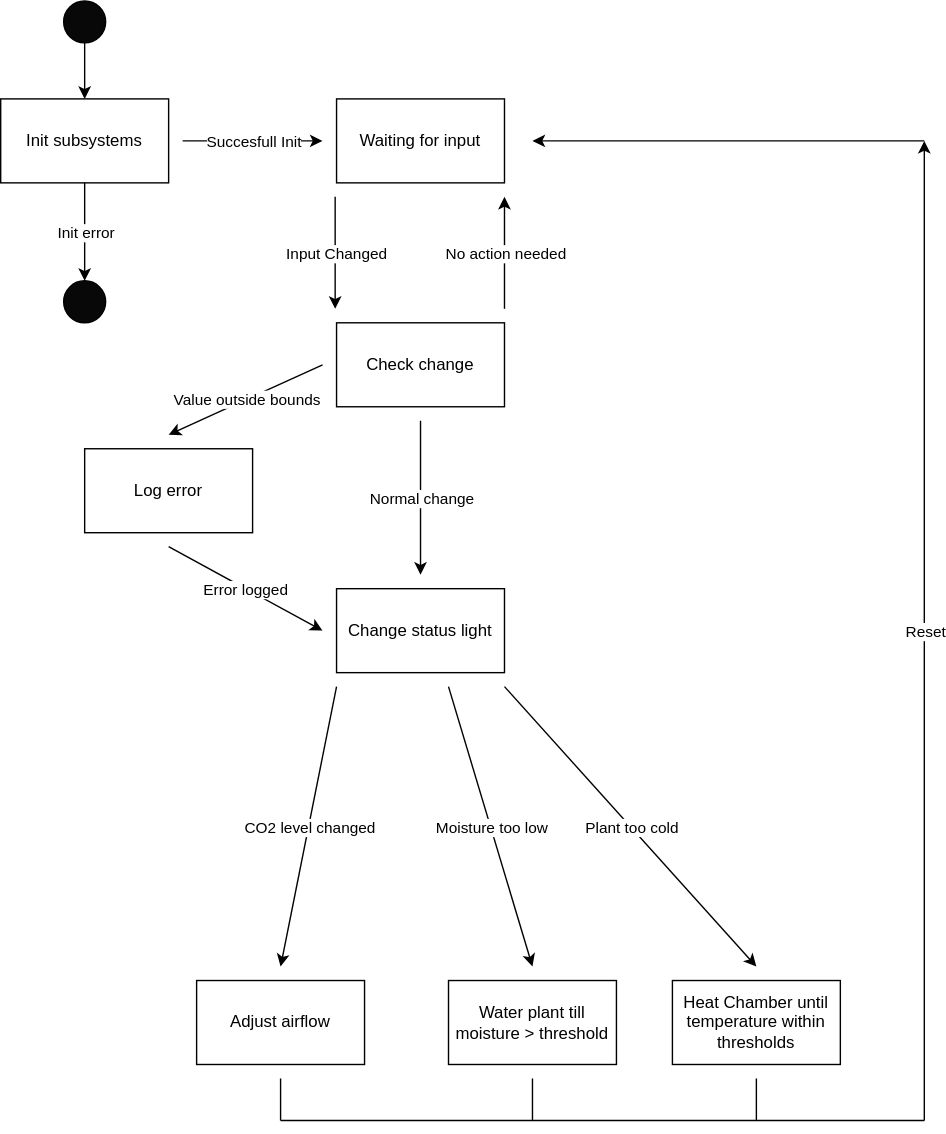
Earlier version of the draw.io export images/State diagram.svg (AcidWizard/ISE_P2_PROJ). Source tidied: cells renumbered, new cells last; positions are measured from the earlier drawing's top-left corner, leaving out a move shared by most shapes. Source of this version:
```xml
<mxGraphModel>
  <root>
    <mxCell id="0" />
    <mxCell id="1" parent="0" />
    <mxCell id="2" value="Waiting for input" style="rounded=0;whiteSpace=wrap;html=1;" parent="1" vertex="1">
      <mxGeometry x="240" y="70" width="120" height="60" as="geometry" />
    </mxCell>
    <mxCell id="3" value="Water plant till moisture &amp;gt; threshold" style="rounded=0;whiteSpace=wrap;html=1;" parent="1" vertex="1">
      <mxGeometry x="320" y="700" width="120" height="60" as="geometry" />
    </mxCell>
    <mxCell id="4" value="Heat Chamber until temperature within thresholds" style="rounded=0;whiteSpace=wrap;html=1;" parent="1" vertex="1">
      <mxGeometry x="480" y="700" width="120" height="60" as="geometry" />
    </mxCell>
    <mxCell id="5" value="Adjust airflow" style="rounded=0;whiteSpace=wrap;html=1;" parent="1" vertex="1">
      <mxGeometry x="140" y="700" width="120" height="60" as="geometry" />
    </mxCell>
    <mxCell id="6" style="endArrow=classic;html=1;rounded=0;" parent="1" edge="1">
      <mxGeometry relative="1" as="geometry">
        <mxPoint x="240" y="490" as="sourcePoint" />
        <mxPoint x="200" y="690" as="targetPoint" />
      </mxGeometry>
    </mxCell>
    <mxCell id="7" value="CO2 level changed" style="edgeLabel;html=1;align=center;verticalAlign=middle;" parent="6" vertex="1">
      <mxGeometry relative="1" as="geometry" />
    </mxCell>
    <mxCell id="8" style="endArrow=classic;html=1;rounded=0;" parent="1" edge="1">
      <mxGeometry relative="1" as="geometry">
        <mxPoint x="320" y="490" as="sourcePoint" />
        <mxPoint x="380" y="690" as="targetPoint" />
      </mxGeometry>
    </mxCell>
    <mxCell id="9" value="Moisture too low" style="edgeLabel;html=1;align=center;verticalAlign=middle;" parent="8" vertex="1">
      <mxGeometry relative="1" as="geometry" />
    </mxCell>
    <mxCell id="10" style="endArrow=classic;html=1;rounded=0;" parent="1" edge="1">
      <mxGeometry relative="1" as="geometry">
        <mxPoint x="360" y="490" as="sourcePoint" />
        <mxPoint x="540" y="690" as="targetPoint" />
      </mxGeometry>
    </mxCell>
    <mxCell id="11" value="Plant too cold" style="edgeLabel;html=1;align=center;verticalAlign=middle;" parent="10" vertex="1">
      <mxGeometry relative="1" as="geometry" />
    </mxCell>
    <mxCell id="12" style="endArrow=none;html=1;rounded=0;" parent="1" edge="1">
      <mxGeometry relative="1" as="geometry">
        <mxPoint x="200" y="800" as="sourcePoint" />
        <mxPoint x="660" y="800" as="targetPoint" />
      </mxGeometry>
    </mxCell>
    <mxCell id="13" style="endArrow=classic;html=1;rounded=0;" parent="1" edge="1">
      <mxGeometry relative="1" as="geometry">
        <mxPoint x="660" y="100" as="sourcePoint" />
        <mxPoint x="380" y="100" as="targetPoint" />
      </mxGeometry>
    </mxCell>
    <mxCell id="14" style="endArrow=none;html=1;rounded=0;" parent="1" edge="1">
      <mxGeometry relative="1" as="geometry">
        <mxPoint x="200" y="770" as="sourcePoint" />
        <mxPoint x="200" y="800" as="targetPoint" />
      </mxGeometry>
    </mxCell>
    <mxCell id="15" style="endArrow=none;html=1;rounded=0;" parent="1" edge="1">
      <mxGeometry relative="1" as="geometry">
        <mxPoint x="380" y="770" as="sourcePoint" />
        <mxPoint x="380" y="800" as="targetPoint" />
      </mxGeometry>
    </mxCell>
    <mxCell id="16" style="endArrow=none;html=1;rounded=0;" parent="1" edge="1">
      <mxGeometry relative="1" as="geometry">
        <mxPoint x="540" y="770" as="sourcePoint" />
        <mxPoint x="540" y="800" as="targetPoint" />
      </mxGeometry>
    </mxCell>
    <mxCell id="17" value="Change status light" style="rounded=0;whiteSpace=wrap;html=1;" parent="1" vertex="1">
      <mxGeometry x="240" y="420" width="120" height="60" as="geometry" />
    </mxCell>
    <mxCell id="18" value="Check change" style="rounded=0;whiteSpace=wrap;html=1;" parent="1" vertex="1">
      <mxGeometry x="240" y="230" width="120" height="60" as="geometry" />
    </mxCell>
    <mxCell id="19" style="endArrow=classic;html=1;rounded=0;" parent="1" edge="1">
      <mxGeometry relative="1" as="geometry">
        <mxPoint x="239" y="140" as="sourcePoint" />
        <mxPoint x="239" y="220" as="targetPoint" />
      </mxGeometry>
    </mxCell>
    <mxCell id="20" value="Input Changed" style="edgeLabel;html=1;align=center;verticalAlign=middle;" parent="19" vertex="1">
      <mxGeometry relative="1" as="geometry" />
    </mxCell>
    <mxCell id="21" style="endArrow=classic;html=1;rounded=0;" parent="1" edge="1">
      <mxGeometry relative="1" as="geometry">
        <mxPoint x="300" y="300" as="sourcePoint" />
        <mxPoint x="300" y="410" as="targetPoint" />
      </mxGeometry>
    </mxCell>
    <mxCell id="22" value="Normal change" style="edgeLabel;html=1;align=center;verticalAlign=middle;" parent="21" vertex="1">
      <mxGeometry relative="1" as="geometry" />
    </mxCell>
    <mxCell id="23" style="endArrow=classic;html=1;rounded=0;" parent="1" edge="1">
      <mxGeometry relative="1" as="geometry">
        <mxPoint x="360" y="220" as="sourcePoint" />
        <mxPoint x="360" y="140" as="targetPoint" />
      </mxGeometry>
    </mxCell>
    <mxCell id="24" value="No action needed" style="edgeLabel;html=1;align=center;verticalAlign=middle;" parent="23" vertex="1">
      <mxGeometry relative="1" as="geometry" />
    </mxCell>
    <mxCell id="25" style="endArrow=classic;html=1;rounded=0;" parent="1" edge="1">
      <mxGeometry relative="1" as="geometry">
        <mxPoint x="230" y="260" as="sourcePoint" />
        <mxPoint x="120" y="310" as="targetPoint" />
      </mxGeometry>
    </mxCell>
    <mxCell id="26" value="Value outside bounds" style="edgeLabel;html=1;align=center;verticalAlign=middle;" parent="25" vertex="1">
      <mxGeometry relative="1" as="geometry" />
    </mxCell>
    <mxCell id="27" value="Log error" style="rounded=0;whiteSpace=wrap;html=1;" parent="1" vertex="1">
      <mxGeometry x="60" y="320" width="120" height="60" as="geometry" />
    </mxCell>
    <mxCell id="28" style="endArrow=classic;html=1;rounded=0;" parent="1" edge="1">
      <mxGeometry relative="1" as="geometry">
        <mxPoint x="120" y="390" as="sourcePoint" />
        <mxPoint x="230" y="450" as="targetPoint" />
      </mxGeometry>
    </mxCell>
    <mxCell id="29" value="Error logged" style="edgeLabel;html=1;align=center;verticalAlign=middle;" parent="28" vertex="1">
      <mxGeometry relative="1" as="geometry" />
    </mxCell>
    <mxCell id="30" style="ellipse;whiteSpace=wrap;html=1;fillColor=#080808;" parent="1" vertex="1">
      <mxGeometry x="45" width="30" height="30" as="geometry" />
    </mxCell>
    <mxCell id="31" style="endArrow=classic;html=1;rounded=0;entryX=0.5;entryY=0;entryDx=0;entryDy=0;" parent="1" edge="1" target="34">
      <mxGeometry relative="1" as="geometry">
        <mxPoint x="60" y="30" as="sourcePoint" />
      </mxGeometry>
    </mxCell>
    <mxCell id="32" style="endArrow=classic;html=1;rounded=0;" parent="1" edge="1">
      <mxGeometry relative="1" as="geometry">
        <mxPoint x="660" y="800" as="sourcePoint" />
        <mxPoint x="660" y="100" as="targetPoint" />
      </mxGeometry>
    </mxCell>
    <mxCell id="33" value="Reset" style="edgeLabel;html=1;align=center;verticalAlign=middle;fillColor=#080808;" parent="32" vertex="1">
      <mxGeometry relative="1" as="geometry" />
    </mxCell>
    <mxCell id="34" value="Init subsystems" style="rounded=0;whiteSpace=wrap;html=1;" parent="1" vertex="1">
      <mxGeometry y="70" width="120" height="60" as="geometry" />
    </mxCell>
    <mxCell id="35" style="endArrow=classic;html=1;rounded=0;" parent="1" edge="1">
      <mxGeometry relative="1" as="geometry">
        <mxPoint x="130" y="100" as="sourcePoint" />
        <mxPoint x="230" y="100" as="targetPoint" />
      </mxGeometry>
    </mxCell>
    <mxCell id="36" value="Succesfull Init" style="edgeLabel;html=1;align=center;verticalAlign=middle;" parent="35" vertex="1">
      <mxGeometry relative="1" as="geometry" />
    </mxCell>
    <mxCell id="37" style="endArrow=classic;html=1;rounded=0;exitX=0.5;exitY=1;exitDx=0;exitDy=0;" parent="1" edge="1" source="34">
      <mxGeometry relative="1" as="geometry">
        <mxPoint x="60" y="200" as="targetPoint" />
      </mxGeometry>
    </mxCell>
    <mxCell id="38" value="Init error" style="edgeLabel;html=1;align=center;verticalAlign=middle;" parent="37" vertex="1">
      <mxGeometry relative="1" as="geometry" />
    </mxCell>
    <mxCell id="39" style="ellipse;whiteSpace=wrap;html=1;fillColor=#080808;" parent="1" vertex="1">
      <mxGeometry x="45" y="200" width="30" height="30" as="geometry" />
    </mxCell>
  </root>
</mxGraphModel>
```
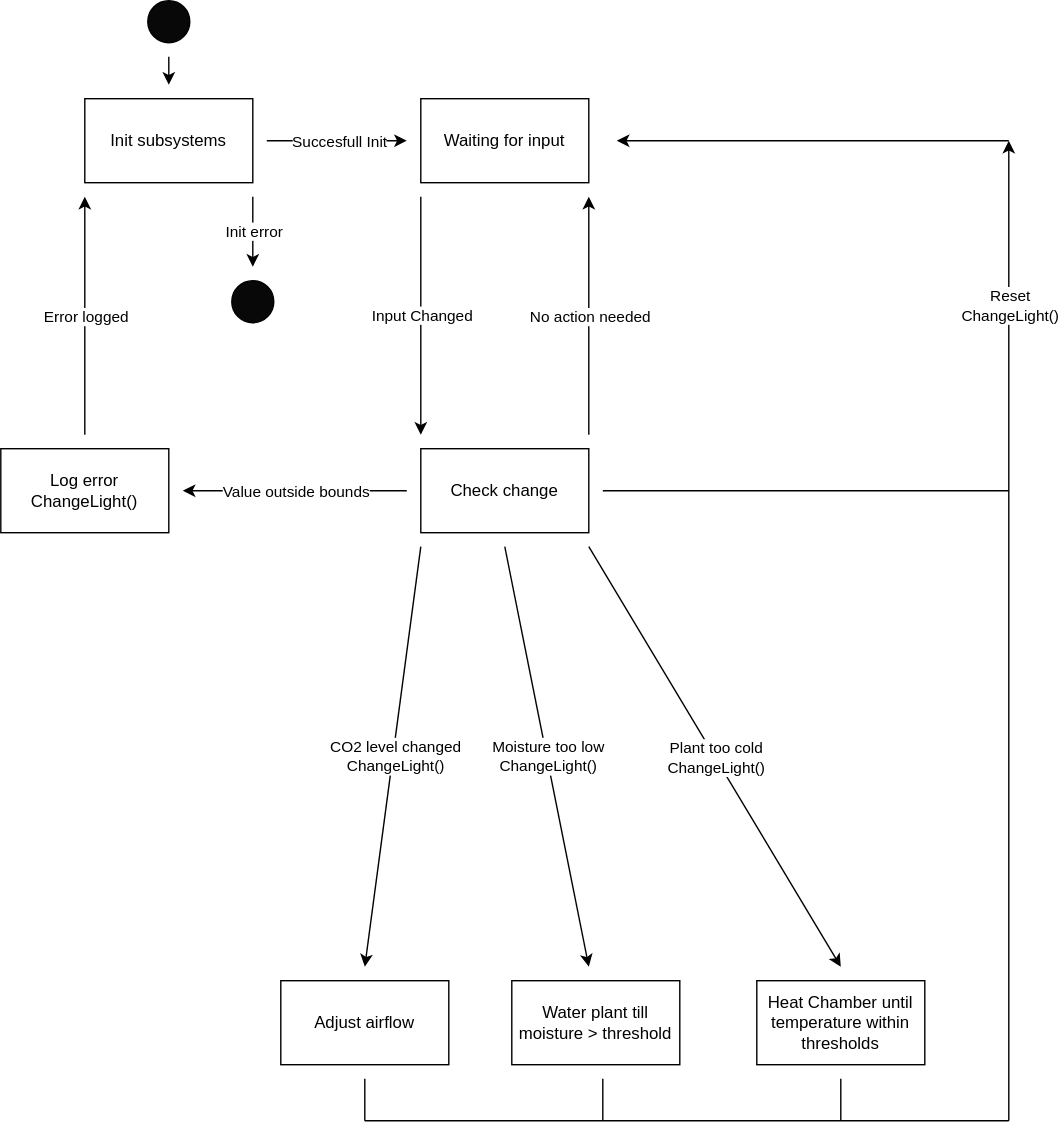
Above is the later version.

Change to the diagram source:
```diff
@@ -6,7 +6,7 @@
       <mxGeometry x="240" y="70" width="120" height="60" as="geometry" />
     </mxCell>
     <mxCell id="3" value="Water plant till moisture &amp;gt; threshold" style="rounded=0;whiteSpace=wrap;html=1;" parent="1" vertex="1">
-      <mxGeometry x="320" y="700" width="120" height="60" as="geometry" />
+      <mxGeometry x="305" y="700" width="120" height="60" as="geometry" />
     </mxCell>
     <mxCell id="4" value="Heat Chamber until temperature within thresholds" style="rounded=0;whiteSpace=wrap;html=1;" parent="1" vertex="1">
       <mxGeometry x="480" y="700" width="120" height="60" as="geometry" />
@@ -16,29 +16,31 @@
     </mxCell>
     <mxCell id="6" style="endArrow=classic;html=1;rounded=0;" parent="1" edge="1">
       <mxGeometry relative="1" as="geometry">
-        <mxPoint x="240" y="490" as="sourcePoint" />
+        <mxPoint x="240" y="390" as="sourcePoint" />
         <mxPoint x="200" y="690" as="targetPoint" />
       </mxGeometry>
     </mxCell>
-    <mxCell id="7" value="CO2 level changed" style="edgeLabel;html=1;align=center;verticalAlign=middle;" parent="6" vertex="1">
-      <mxGeometry relative="1" as="geometry" />
+    <mxCell id="7" value="CO2 level changed&lt;br&gt;ChangeLight()" style="edgeLabel;html=1;align=center;verticalAlign=middle;" parent="6" vertex="1">
+      <mxGeometry relative="1" as="geometry">
+        <mxPoint x="1" as="offset" />
+      </mxGeometry>
     </mxCell>
     <mxCell id="8" style="endArrow=classic;html=1;rounded=0;" parent="1" edge="1">
       <mxGeometry relative="1" as="geometry">
-        <mxPoint x="320" y="490" as="sourcePoint" />
-        <mxPoint x="380" y="690" as="targetPoint" />
+        <mxPoint x="300" y="390" as="sourcePoint" />
+        <mxPoint x="360" y="690" as="targetPoint" />
       </mxGeometry>
     </mxCell>
-    <mxCell id="9" value="Moisture too low" style="edgeLabel;html=1;align=center;verticalAlign=middle;" parent="8" vertex="1">
+    <mxCell id="9" value="Moisture too low&lt;br&gt;ChangeLight()" style="edgeLabel;html=1;align=center;verticalAlign=middle;" parent="8" vertex="1">
       <mxGeometry relative="1" as="geometry" />
     </mxCell>
     <mxCell id="10" style="endArrow=classic;html=1;rounded=0;" parent="1" edge="1">
       <mxGeometry relative="1" as="geometry">
-        <mxPoint x="360" y="490" as="sourcePoint" />
+        <mxPoint x="360" y="390" as="sourcePoint" />
         <mxPoint x="540" y="690" as="targetPoint" />
       </mxGeometry>
     </mxCell>
-    <mxCell id="11" value="Plant too cold" style="edgeLabel;html=1;align=center;verticalAlign=middle;" parent="10" vertex="1">
+    <mxCell id="11" value="Plant too cold&lt;br&gt;ChangeLight()" style="edgeLabel;html=1;align=center;verticalAlign=middle;" parent="10" vertex="1">
       <mxGeometry relative="1" as="geometry" />
     </mxCell>
     <mxCell id="12" style="endArrow=none;html=1;rounded=0;" parent="1" edge="1">
@@ -61,43 +63,31 @@
     </mxCell>
     <mxCell id="15" style="endArrow=none;html=1;rounded=0;" parent="1" edge="1">
       <mxGeometry relative="1" as="geometry">
-        <mxPoint x="380" y="770" as="sourcePoint" />
-        <mxPoint x="380" y="800" as="targetPoint" />
+        <mxPoint x="370" y="770" as="sourcePoint" />
+        <mxPoint x="370" y="800" as="targetPoint" />
       </mxGeometry>
     </mxCell>
     <mxCell id="16" style="endArrow=none;html=1;rounded=0;" parent="1" edge="1">
       <mxGeometry relative="1" as="geometry">
-        <mxPoint x="540" y="770" as="sourcePoint" />
-        <mxPoint x="540" y="800" as="targetPoint" />
+        <mxPoint x="370" y="350" as="sourcePoint" />
+        <mxPoint x="660" y="350" as="targetPoint" />
       </mxGeometry>
     </mxCell>
-    <mxCell id="17" value="Change status light" style="rounded=0;whiteSpace=wrap;html=1;" parent="1" vertex="1">
-      <mxGeometry x="240" y="420" width="120" height="60" as="geometry" />
-    </mxCell>
     <mxCell id="18" value="Check change" style="rounded=0;whiteSpace=wrap;html=1;" parent="1" vertex="1">
-      <mxGeometry x="240" y="230" width="120" height="60" as="geometry" />
+      <mxGeometry x="240" y="320" width="120" height="60" as="geometry" />
     </mxCell>
     <mxCell id="19" style="endArrow=classic;html=1;rounded=0;" parent="1" edge="1">
       <mxGeometry relative="1" as="geometry">
-        <mxPoint x="239" y="140" as="sourcePoint" />
-        <mxPoint x="239" y="220" as="targetPoint" />
+        <mxPoint x="240" y="140" as="sourcePoint" />
+        <mxPoint x="240" y="310" as="targetPoint" />
       </mxGeometry>
     </mxCell>
     <mxCell id="20" value="Input Changed" style="edgeLabel;html=1;align=center;verticalAlign=middle;" parent="19" vertex="1">
       <mxGeometry relative="1" as="geometry" />
     </mxCell>
-    <mxCell id="21" style="endArrow=classic;html=1;rounded=0;" parent="1" edge="1">
-      <mxGeometry relative="1" as="geometry">
-        <mxPoint x="300" y="300" as="sourcePoint" />
-        <mxPoint x="300" y="410" as="targetPoint" />
-      </mxGeometry>
-    </mxCell>
-    <mxCell id="22" value="Normal change" style="edgeLabel;html=1;align=center;verticalAlign=middle;" parent="21" vertex="1">
-      <mxGeometry relative="1" as="geometry" />
-    </mxCell>
     <mxCell id="23" style="endArrow=classic;html=1;rounded=0;" parent="1" edge="1">
       <mxGeometry relative="1" as="geometry">
-        <mxPoint x="360" y="220" as="sourcePoint" />
+        <mxPoint x="360" y="310" as="sourcePoint" />
         <mxPoint x="360" y="140" as="targetPoint" />
       </mxGeometry>
     </mxCell>
@@ -106,20 +96,20 @@
     </mxCell>
     <mxCell id="25" style="endArrow=classic;html=1;rounded=0;" parent="1" edge="1">
       <mxGeometry relative="1" as="geometry">
-        <mxPoint x="230" y="260" as="sourcePoint" />
-        <mxPoint x="120" y="310" as="targetPoint" />
+        <mxPoint x="230" y="350" as="sourcePoint" />
+        <mxPoint x="70" y="350" as="targetPoint" />
       </mxGeometry>
     </mxCell>
     <mxCell id="26" value="Value outside bounds" style="edgeLabel;html=1;align=center;verticalAlign=middle;" parent="25" vertex="1">
       <mxGeometry relative="1" as="geometry" />
     </mxCell>
-    <mxCell id="27" value="Log error" style="rounded=0;whiteSpace=wrap;html=1;" parent="1" vertex="1">
-      <mxGeometry x="60" y="320" width="120" height="60" as="geometry" />
+    <mxCell id="27" value="Log error&lt;br&gt;ChangeLight()" style="rounded=0;whiteSpace=wrap;html=1;" parent="1" vertex="1">
+      <mxGeometry x="-60" y="320" width="120" height="60" as="geometry" />
     </mxCell>
     <mxCell id="28" style="endArrow=classic;html=1;rounded=0;" parent="1" edge="1">
       <mxGeometry relative="1" as="geometry">
-        <mxPoint x="120" y="390" as="sourcePoint" />
-        <mxPoint x="230" y="450" as="targetPoint" />
+        <mxPoint y="310" as="sourcePoint" />
+        <mxPoint y="140" as="targetPoint" />
       </mxGeometry>
     </mxCell>
     <mxCell id="29" value="Error logged" style="edgeLabel;html=1;align=center;verticalAlign=middle;" parent="28" vertex="1">
@@ -128,9 +118,10 @@
     <mxCell id="30" style="ellipse;whiteSpace=wrap;html=1;fillColor=#080808;" parent="1" vertex="1">
       <mxGeometry x="45" width="30" height="30" as="geometry" />
     </mxCell>
-    <mxCell id="31" style="endArrow=classic;html=1;rounded=0;entryX=0.5;entryY=0;entryDx=0;entryDy=0;" parent="1" edge="1" target="34">
+    <mxCell id="31" style="endArrow=classic;html=1;rounded=0;" parent="1" edge="1">
       <mxGeometry relative="1" as="geometry">
-        <mxPoint x="60" y="30" as="sourcePoint" />
+        <mxPoint x="60" y="40" as="sourcePoint" />
+        <mxPoint x="60" y="60" as="targetPoint" />
       </mxGeometry>
     </mxCell>
     <mxCell id="32" style="endArrow=classic;html=1;rounded=0;" parent="1" edge="1">
@@ -139,8 +130,10 @@
         <mxPoint x="660" y="100" as="targetPoint" />
       </mxGeometry>
     </mxCell>
-    <mxCell id="33" value="Reset" style="edgeLabel;html=1;align=center;verticalAlign=middle;fillColor=#080808;" parent="32" vertex="1">
-      <mxGeometry relative="1" as="geometry" />
+    <mxCell id="33" value="Reset&lt;br&gt;ChangeLight()" style="edgeLabel;html=1;align=center;verticalAlign=middle;fillColor=#080808;" parent="32" vertex="1">
+      <mxGeometry relative="1" as="geometry">
+        <mxPoint y="-234" as="offset" />
+      </mxGeometry>
     </mxCell>
     <mxCell id="34" value="Init subsystems" style="rounded=0;whiteSpace=wrap;html=1;" parent="1" vertex="1">
       <mxGeometry y="70" width="120" height="60" as="geometry" />
@@ -154,16 +147,23 @@
     <mxCell id="36" value="Succesfull Init" style="edgeLabel;html=1;align=center;verticalAlign=middle;" parent="35" vertex="1">
       <mxGeometry relative="1" as="geometry" />
     </mxCell>
-    <mxCell id="37" style="endArrow=classic;html=1;rounded=0;exitX=0.5;exitY=1;exitDx=0;exitDy=0;" parent="1" edge="1" source="34">
+    <mxCell id="37" style="endArrow=classic;html=1;rounded=0;" parent="1" edge="1">
       <mxGeometry relative="1" as="geometry">
-        <mxPoint x="60" y="200" as="targetPoint" />
+        <mxPoint x="120" y="140" as="sourcePoint" />
+        <mxPoint x="120" y="190" as="targetPoint" />
       </mxGeometry>
     </mxCell>
     <mxCell id="38" value="Init error" style="edgeLabel;html=1;align=center;verticalAlign=middle;" parent="37" vertex="1">
       <mxGeometry relative="1" as="geometry" />
     </mxCell>
     <mxCell id="39" style="ellipse;whiteSpace=wrap;html=1;fillColor=#080808;" parent="1" vertex="1">
-      <mxGeometry x="45" y="200" width="30" height="30" as="geometry" />
+      <mxGeometry x="105" y="200" width="30" height="30" as="geometry" />
     </mxCell>
+    <mxCell id="40" style="endArrow=none;html=1;rounded=0;" parent="1" edge="1">
+      <mxGeometry relative="1" as="geometry">
+        <mxPoint x="540" y="770" as="sourcePoint" />
+        <mxPoint x="540" y="800" as="targetPoint" />
+      </mxGeometry>
+    </mxCell>
   </root>
 </mxGraphModel>
```
